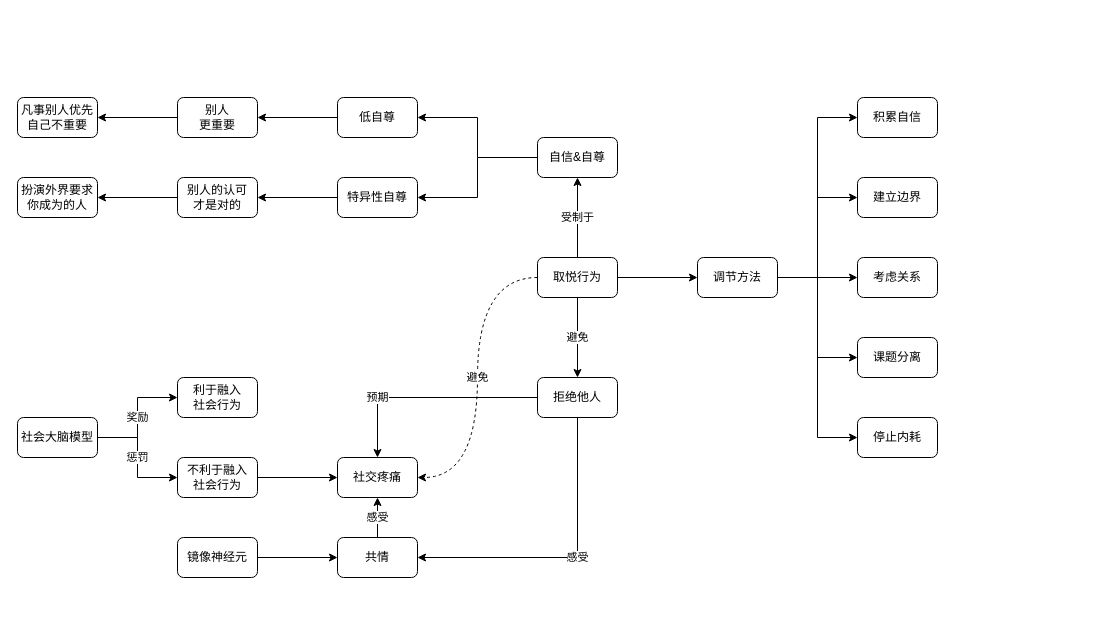
youyusan/relationship keeps this draw.io diagram as page "社交取悦" (3 of 4) of relationship.drawio. Above is the earlier version. Source tidied: cells renumbered, new cells numbered last; positions are measured from the earlier drawing's top-left corner, leaving out a move shared by most shapes. Both pictures are drawn from the tidied source at 100%, with x=0, y=0 at pixel (17, 97).
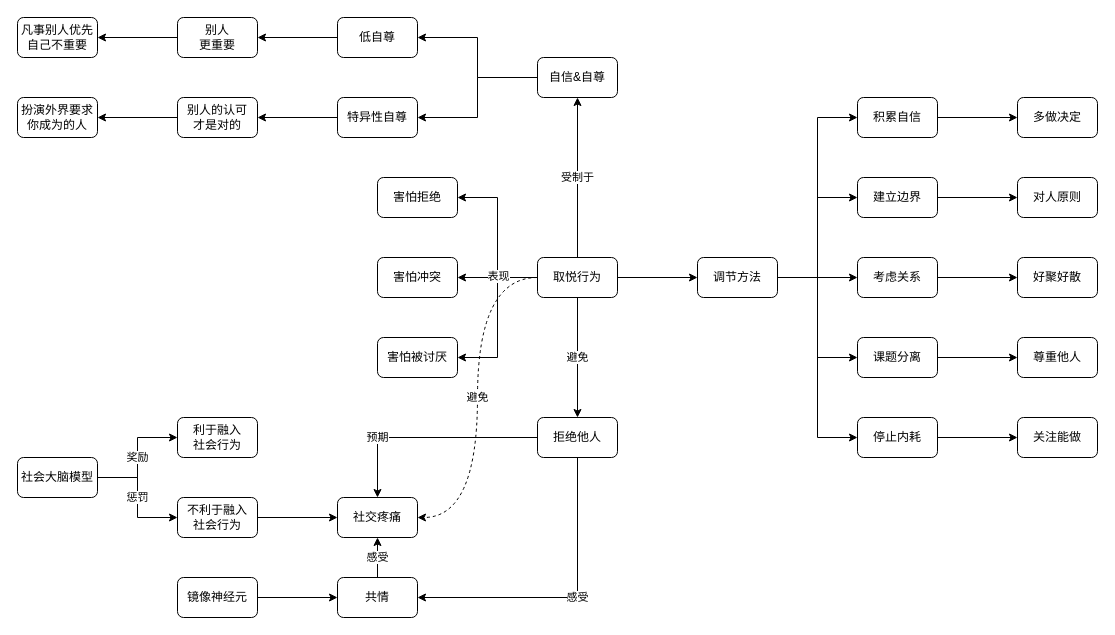
After the change.

Unchanged cells that the change refers to:
```xml
<mxCell id="6" value="取悦行为" style="rounded=1;whiteSpace=wrap;html=1;" parent="1" vertex="1">
  <mxGeometry x="520" y="160" width="80" height="40" as="geometry" />
</mxCell>
<mxCell id="40" value="考虑关系" style="rounded=1;whiteSpace=wrap;html=1;" parent="1" vertex="1">
  <mxGeometry x="840" y="160" width="80" height="40" as="geometry" />
</mxCell>
<mxCell id="41" value="建立边界" style="rounded=1;whiteSpace=wrap;html=1;" parent="1" vertex="1">
  <mxGeometry x="840" y="80" width="80" height="40" as="geometry" />
</mxCell>
<mxCell id="42" value="积累自信" style="rounded=1;whiteSpace=wrap;html=1;" parent="1" vertex="1">
  <mxGeometry x="840" width="80" height="40" as="geometry" />
</mxCell>
<mxCell id="43" value="课题分离" style="rounded=1;whiteSpace=wrap;html=1;" parent="1" vertex="1">
  <mxGeometry x="840" y="240" width="80" height="40" as="geometry" />
</mxCell>
<mxCell id="44" value="停止内耗" style="rounded=1;whiteSpace=wrap;html=1;" parent="1" vertex="1">
  <mxGeometry x="840" y="320" width="80" height="40" as="geometry" />
</mxCell>
```

The edit, as a diff of the source:
```diff
@@
+    <mxCell id="45" style="edgeStyle=orthogonalEdgeStyle;rounded=0;jettySize=auto;html=1;entryX=1;entryY=0.5;entryDx=0;entryDy=0;" parent="1" edge="1" source="6" target="61">
+      <mxGeometry relative="1" as="geometry" />
+    </mxCell>
+    <mxCell id="46" style="edgeStyle=orthogonalEdgeStyle;rounded=0;jettySize=auto;html=1;" parent="1" edge="1" source="6" target="59">
+      <mxGeometry relative="1" as="geometry" />
+    </mxCell>
+    <mxCell id="47" style="edgeStyle=orthogonalEdgeStyle;rounded=0;jettySize=auto;html=1;entryX=1;entryY=0.5;entryDx=0;entryDy=0;" parent="1" edge="1" source="6" target="60">
+      <mxGeometry relative="1" as="geometry" />
+    </mxCell>
+    <mxCell id="48" value="表现" style="edgeLabel;html=1;align=center;verticalAlign=middle;" parent="47" vertex="1">
+      <mxGeometry x="-0.5" y="-2" relative="1" as="geometry">
+        <mxPoint x="2" y="-2" as="offset" />
+      </mxGeometry>
+    </mxCell>
@@
     <mxCell id="9" value="社会大脑模型" style="rounded=1;whiteSpace=wrap;html=1;" parent="1" vertex="1">
-      <mxGeometry y="320" width="80" height="40" as="geometry" />
+      <mxGeometry y="360" width="80" height="40" as="geometry" />
     </mxCell>
     <mxCell id="10" value="利于融入&lt;br&gt;社会行为" style="rounded=1;whiteSpace=wrap;html=1;" parent="1" vertex="1">
-      <mxGeometry x="160" y="280" width="80" height="40" as="geometry" />
+      <mxGeometry x="160" y="320" width="80" height="40" as="geometry" />
     </mxCell>
@@
     <mxCell id="12" value="不利于融入&lt;br&gt;社会行为" style="rounded=1;whiteSpace=wrap;html=1;" parent="1" vertex="1">
-      <mxGeometry x="160" y="360" width="80" height="40" as="geometry" />
+      <mxGeometry x="160" y="400" width="80" height="40" as="geometry" />
     </mxCell>
     <mxCell id="13" value="社交疼痛" style="rounded=1;whiteSpace=wrap;html=1;" parent="1" vertex="1">
-      <mxGeometry x="320" y="360" width="80" height="40" as="geometry" />
+      <mxGeometry x="320" y="400" width="80" height="40" as="geometry" />
     </mxCell>
@@
     <mxCell id="15" value="镜像神经元" style="rounded=1;whiteSpace=wrap;html=1;" parent="1" vertex="1">
-      <mxGeometry x="160" y="440" width="80" height="40" as="geometry" />
+      <mxGeometry x="160" y="480" width="80" height="40" as="geometry" />
     </mxCell>
@@
     <mxCell id="17" value="共情" style="rounded=1;whiteSpace=wrap;html=1;" parent="1" vertex="1">
-      <mxGeometry x="320" y="440" width="80" height="40" as="geometry" />
+      <mxGeometry x="320" y="480" width="80" height="40" as="geometry" />
     </mxCell>
@@
     <mxCell id="19" value="感受" style="edgeStyle=orthogonalEdgeStyle;rounded=0;jettySize=auto;html=1;entryX=1;entryY=0.5;entryDx=0;entryDy=0;" parent="1" edge="1" source="20" target="17">
       <mxGeometry x="-0.07" relative="1" as="geometry">
         <Array as="points">
-          <mxPoint x="560" y="460" />
+          <mxPoint x="560" y="500" />
         </Array>
       </mxGeometry>
     </mxCell>
     <mxCell id="20" value="拒绝他人" style="rounded=1;whiteSpace=wrap;html=1;" parent="1" vertex="1">
-      <mxGeometry x="520" y="280" width="80" height="40" as="geometry" />
+      <mxGeometry x="520" y="320" width="80" height="40" as="geometry" />
     </mxCell>
@@
     <mxCell id="23" value="自信&amp;amp;自尊" style="rounded=1;whiteSpace=wrap;html=1;" parent="1" vertex="1">
-      <mxGeometry x="520" y="40" width="80" height="40" as="geometry" />
+      <mxGeometry x="520" y="-40" width="80" height="40" as="geometry" />
     </mxCell>
@@
     <mxCell id="25" value="低自尊" style="rounded=1;whiteSpace=wrap;html=1;" parent="1" vertex="1">
-      <mxGeometry x="320" width="80" height="40" as="geometry" />
+      <mxGeometry x="320" y="-80" width="80" height="40" as="geometry" />
     </mxCell>
@@
     <mxCell id="27" value="特异性自尊" style="rounded=1;whiteSpace=wrap;html=1;" parent="1" vertex="1">
-      <mxGeometry x="320" y="80" width="80" height="40" as="geometry" />
+      <mxGeometry x="320" width="80" height="40" as="geometry" />
     </mxCell>
@@
     <mxCell id="29" value="别人&lt;br&gt;更重要" style="rounded=1;whiteSpace=wrap;html=1;" parent="1" vertex="1">
-      <mxGeometry x="160" width="80" height="40" as="geometry" />
+      <mxGeometry x="160" y="-80" width="80" height="40" as="geometry" />
     </mxCell>
@@
     <mxCell id="31" value="别人的认可&lt;br&gt;才是对的" style="rounded=1;whiteSpace=wrap;html=1;" parent="1" vertex="1">
-      <mxGeometry x="160" y="80" width="80" height="40" as="geometry" />
+      <mxGeometry x="160" width="80" height="40" as="geometry" />
     </mxCell>
     <mxCell id="32" value="扮演外界要求你成为的人" style="rounded=1;whiteSpace=wrap;html=1;" parent="1" vertex="1">
-      <mxGeometry y="80" width="80" height="40" as="geometry" />
+      <mxGeometry width="80" height="40" as="geometry" />
     </mxCell>
     <mxCell id="33" value="凡事别人优先自己不重要" style="rounded=1;whiteSpace=wrap;html=1;" parent="1" vertex="1">
-      <mxGeometry width="80" height="40" as="geometry" />
+      <mxGeometry y="-80" width="80" height="40" as="geometry" />
     </mxCell>
@@
+    <mxCell id="49" style="edgeStyle=orthogonalEdgeStyle;rounded=0;jettySize=auto;html=1;" parent="1" edge="1" source="40" target="56">
+      <mxGeometry relative="1" as="geometry" />
+    </mxCell>
@@
+    <mxCell id="50" style="edgeStyle=orthogonalEdgeStyle;rounded=0;jettySize=auto;html=1;" parent="1" edge="1" source="41" target="55">
+      <mxGeometry relative="1" as="geometry" />
+    </mxCell>
@@
+    <mxCell id="51" style="edgeStyle=orthogonalEdgeStyle;rounded=0;jettySize=auto;html=1;" parent="1" edge="1" source="42" target="54">
+      <mxGeometry relative="1" as="geometry" />
+    </mxCell>
@@
+    <mxCell id="52" style="edgeStyle=orthogonalEdgeStyle;rounded=0;jettySize=auto;html=1;" parent="1" edge="1" source="43" target="57">
+      <mxGeometry relative="1" as="geometry" />
+    </mxCell>
@@
+    <mxCell id="53" style="edgeStyle=orthogonalEdgeStyle;rounded=0;jettySize=auto;html=1;" parent="1" edge="1" source="44" target="58">
+      <mxGeometry relative="1" as="geometry" />
+    </mxCell>
@@
+    <mxCell id="54" value="多做决定" style="rounded=1;whiteSpace=wrap;html=1;" parent="1" vertex="1">
+      <mxGeometry x="1000" width="80" height="40" as="geometry" />
+    </mxCell>
+    <mxCell id="55" value="对人原则" style="rounded=1;whiteSpace=wrap;html=1;" parent="1" vertex="1">
+      <mxGeometry x="1000" y="80" width="80" height="40" as="geometry" />
+    </mxCell>
+    <mxCell id="56" value="好聚好散" style="rounded=1;whiteSpace=wrap;html=1;" parent="1" vertex="1">
+      <mxGeometry x="1000" y="160" width="80" height="40" as="geometry" />
+    </mxCell>
+    <mxCell id="57" value="尊重他人" style="rounded=1;whiteSpace=wrap;html=1;" parent="1" vertex="1">
+      <mxGeometry x="1000" y="240" width="80" height="40" as="geometry" />
+    </mxCell>
+    <mxCell id="58" value="关注能做" style="rounded=1;whiteSpace=wrap;html=1;" parent="1" vertex="1">
+      <mxGeometry x="1000" y="320" width="80" height="40" as="geometry" />
+    </mxCell>
+    <mxCell id="59" value="害怕冲突" style="rounded=1;whiteSpace=wrap;html=1;" parent="1" vertex="1">
+      <mxGeometry x="360" y="160" width="80" height="40" as="geometry" />
+    </mxCell>
+    <mxCell id="60" value="害怕被讨厌" style="rounded=1;whiteSpace=wrap;html=1;" parent="1" vertex="1">
+      <mxGeometry x="360" y="240" width="80" height="40" as="geometry" />
+    </mxCell>
+    <mxCell id="61" value="害怕拒绝" style="rounded=1;whiteSpace=wrap;html=1;" parent="1" vertex="1">
+      <mxGeometry x="360" y="80" width="80" height="40" as="geometry" />
+    </mxCell>
```
